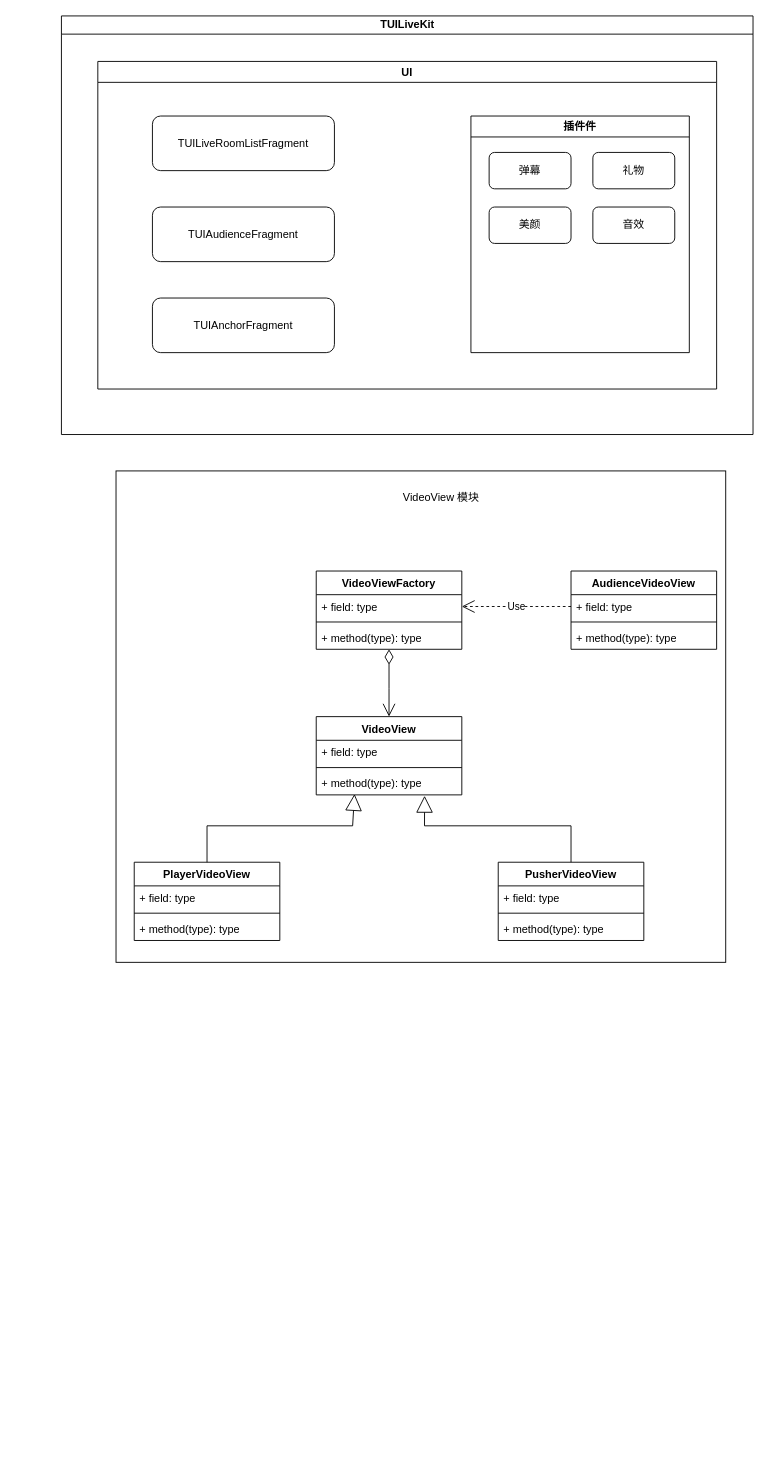
Before: diagrams/TUILiveKit.drawio in paopaosecret/resources, a draw.io diagram. Source tidied: cells renumbered, new cells numbered last; positions are measured from the earlier drawing's top-left corner, leaving out a move shared by most shapes. Both pictures are drawn from the tidied source at 91%, with x=0, y=0 at pixel (61, 15).
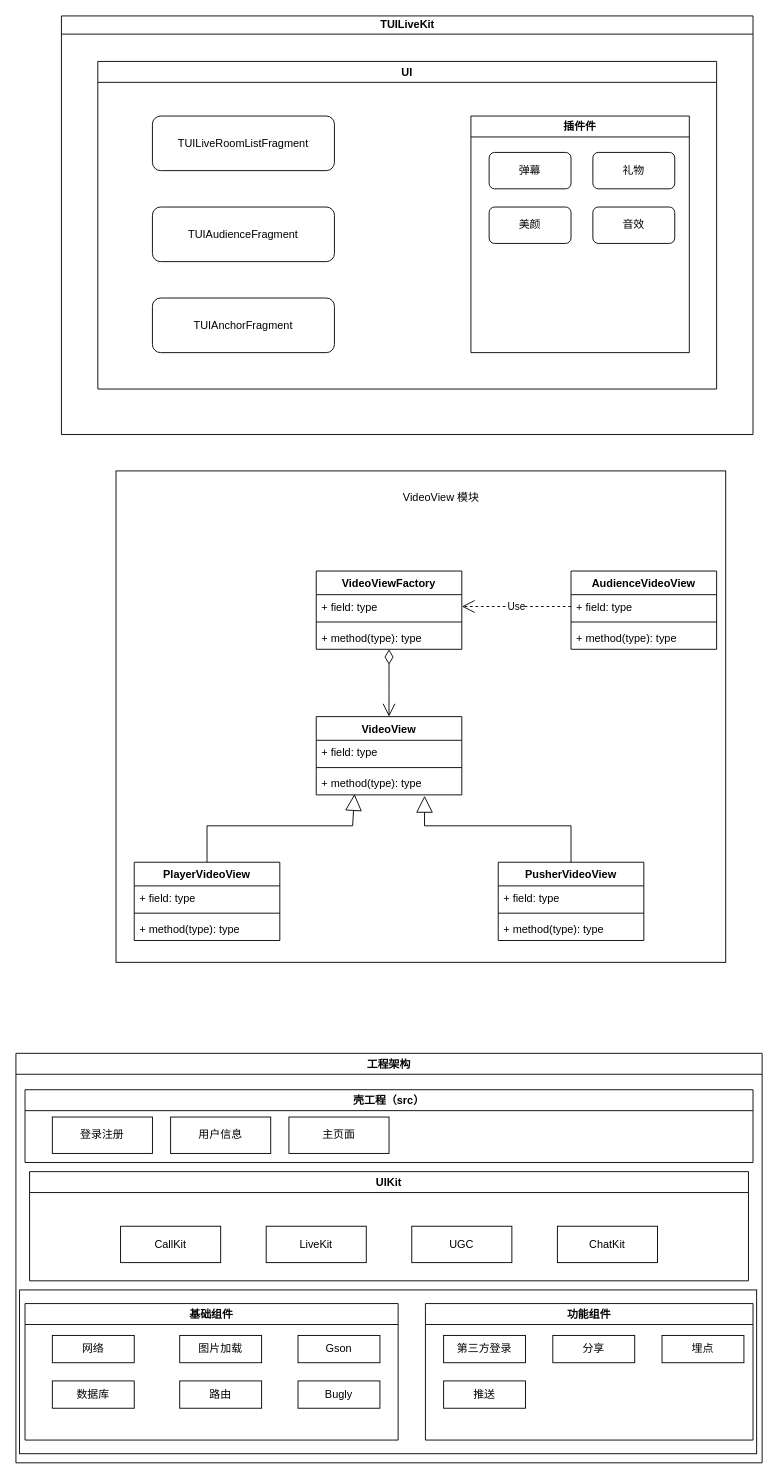
Above is the later version.

Change to the diagram source:
```diff
@@
+    <mxCell id="38" style="rounded=0;whiteSpace=wrap;html=1;" parent="1" vertex="1">
+      <mxGeometry x="-46" y="1400" width="810" height="180" as="geometry" />
+    </mxCell>
@@
+    <mxCell id="39" value="基础组件" style="swimlane;" parent="1" vertex="1">
+      <mxGeometry x="-40" y="1415" width="410" height="150" as="geometry" />
+    </mxCell>
+    <mxCell id="40" value="功能组件" style="swimlane;" parent="1" vertex="1">
+      <mxGeometry x="400" y="1415" width="360" height="150" as="geometry" />
+    </mxCell>
+    <mxCell id="41" value="工程架构" style="swimlane;" parent="1" vertex="1">
+      <mxGeometry x="-50" y="1140" width="820" height="450" as="geometry" />
+    </mxCell>
+    <mxCell id="42" value="网络" style="rounded=0;whiteSpace=wrap;html=1;" parent="41" vertex="1">
+      <mxGeometry x="40" y="310" width="90" height="30" as="geometry" />
+    </mxCell>
+    <mxCell id="43" value="数据库" style="rounded=0;whiteSpace=wrap;html=1;" parent="41" vertex="1">
+      <mxGeometry x="40" y="360" width="90" height="30" as="geometry" />
+    </mxCell>
+    <mxCell id="44" value="图片加载" style="rounded=0;whiteSpace=wrap;html=1;" parent="41" vertex="1">
+      <mxGeometry x="180" y="310" width="90" height="30" as="geometry" />
+    </mxCell>
+    <mxCell id="45" value="路由" style="rounded=0;whiteSpace=wrap;html=1;" parent="41" vertex="1">
+      <mxGeometry x="180" y="360" width="90" height="30" as="geometry" />
+    </mxCell>
+    <mxCell id="46" value="Gson" style="rounded=0;whiteSpace=wrap;html=1;" parent="41" vertex="1">
+      <mxGeometry x="310" y="310" width="90" height="30" as="geometry" />
+    </mxCell>
+    <mxCell id="47" value="Bugly" style="rounded=0;whiteSpace=wrap;html=1;" parent="41" vertex="1">
+      <mxGeometry x="310" y="360" width="90" height="30" as="geometry" />
+    </mxCell>
+    <mxCell id="48" value="第三方登录" style="rounded=0;whiteSpace=wrap;html=1;" parent="41" vertex="1">
+      <mxGeometry x="470" y="310" width="90" height="30" as="geometry" />
+    </mxCell>
+    <mxCell id="49" value="分享" style="rounded=0;whiteSpace=wrap;html=1;" parent="41" vertex="1">
+      <mxGeometry x="590" y="310" width="90" height="30" as="geometry" />
+    </mxCell>
+    <mxCell id="50" value="埋点" style="rounded=0;whiteSpace=wrap;html=1;" parent="41" vertex="1">
+      <mxGeometry x="710" y="310" width="90" height="30" as="geometry" />
+    </mxCell>
+    <mxCell id="51" value="推送" style="rounded=0;whiteSpace=wrap;html=1;" parent="41" vertex="1">
+      <mxGeometry x="470" y="360" width="90" height="30" as="geometry" />
+    </mxCell>
+    <mxCell id="52" value="UIKit" style="swimlane;" parent="41" vertex="1">
+      <mxGeometry x="15" y="130" width="790" height="120" as="geometry" />
+    </mxCell>
+    <mxCell id="53" value="LiveKit" style="rounded=0;whiteSpace=wrap;html=1;" parent="52" vertex="1">
+      <mxGeometry x="260" y="60" width="110" height="40" as="geometry" />
+    </mxCell>
+    <mxCell id="54" value="CallKit" style="rounded=0;whiteSpace=wrap;html=1;" parent="52" vertex="1">
+      <mxGeometry x="100" y="60" width="110" height="40" as="geometry" />
+    </mxCell>
+    <mxCell id="55" value="UGC" style="rounded=0;whiteSpace=wrap;html=1;" parent="52" vertex="1">
+      <mxGeometry x="420" y="60" width="110" height="40" as="geometry" />
+    </mxCell>
+    <mxCell id="56" value="ChatKit" style="rounded=0;whiteSpace=wrap;html=1;" parent="52" vertex="1">
+      <mxGeometry x="580" y="60" width="110" height="40" as="geometry" />
+    </mxCell>
+    <mxCell id="57" value="壳工程（src）" style="swimlane;" parent="1" vertex="1">
+      <mxGeometry x="-40" y="1180" width="800" height="80" as="geometry" />
+    </mxCell>
+    <mxCell id="58" value="登录注册" style="rounded=0;whiteSpace=wrap;html=1;" parent="57" vertex="1">
+      <mxGeometry x="30" y="30" width="110" height="40" as="geometry" />
+    </mxCell>
+    <mxCell id="59" value="用户信息" style="rounded=0;whiteSpace=wrap;html=1;" parent="57" vertex="1">
+      <mxGeometry x="160" y="30" width="110" height="40" as="geometry" />
+    </mxCell>
+    <mxCell id="60" value="主页面" style="rounded=0;whiteSpace=wrap;html=1;" parent="57" vertex="1">
+      <mxGeometry x="290" y="30" width="110" height="40" as="geometry" />
+    </mxCell>
```
